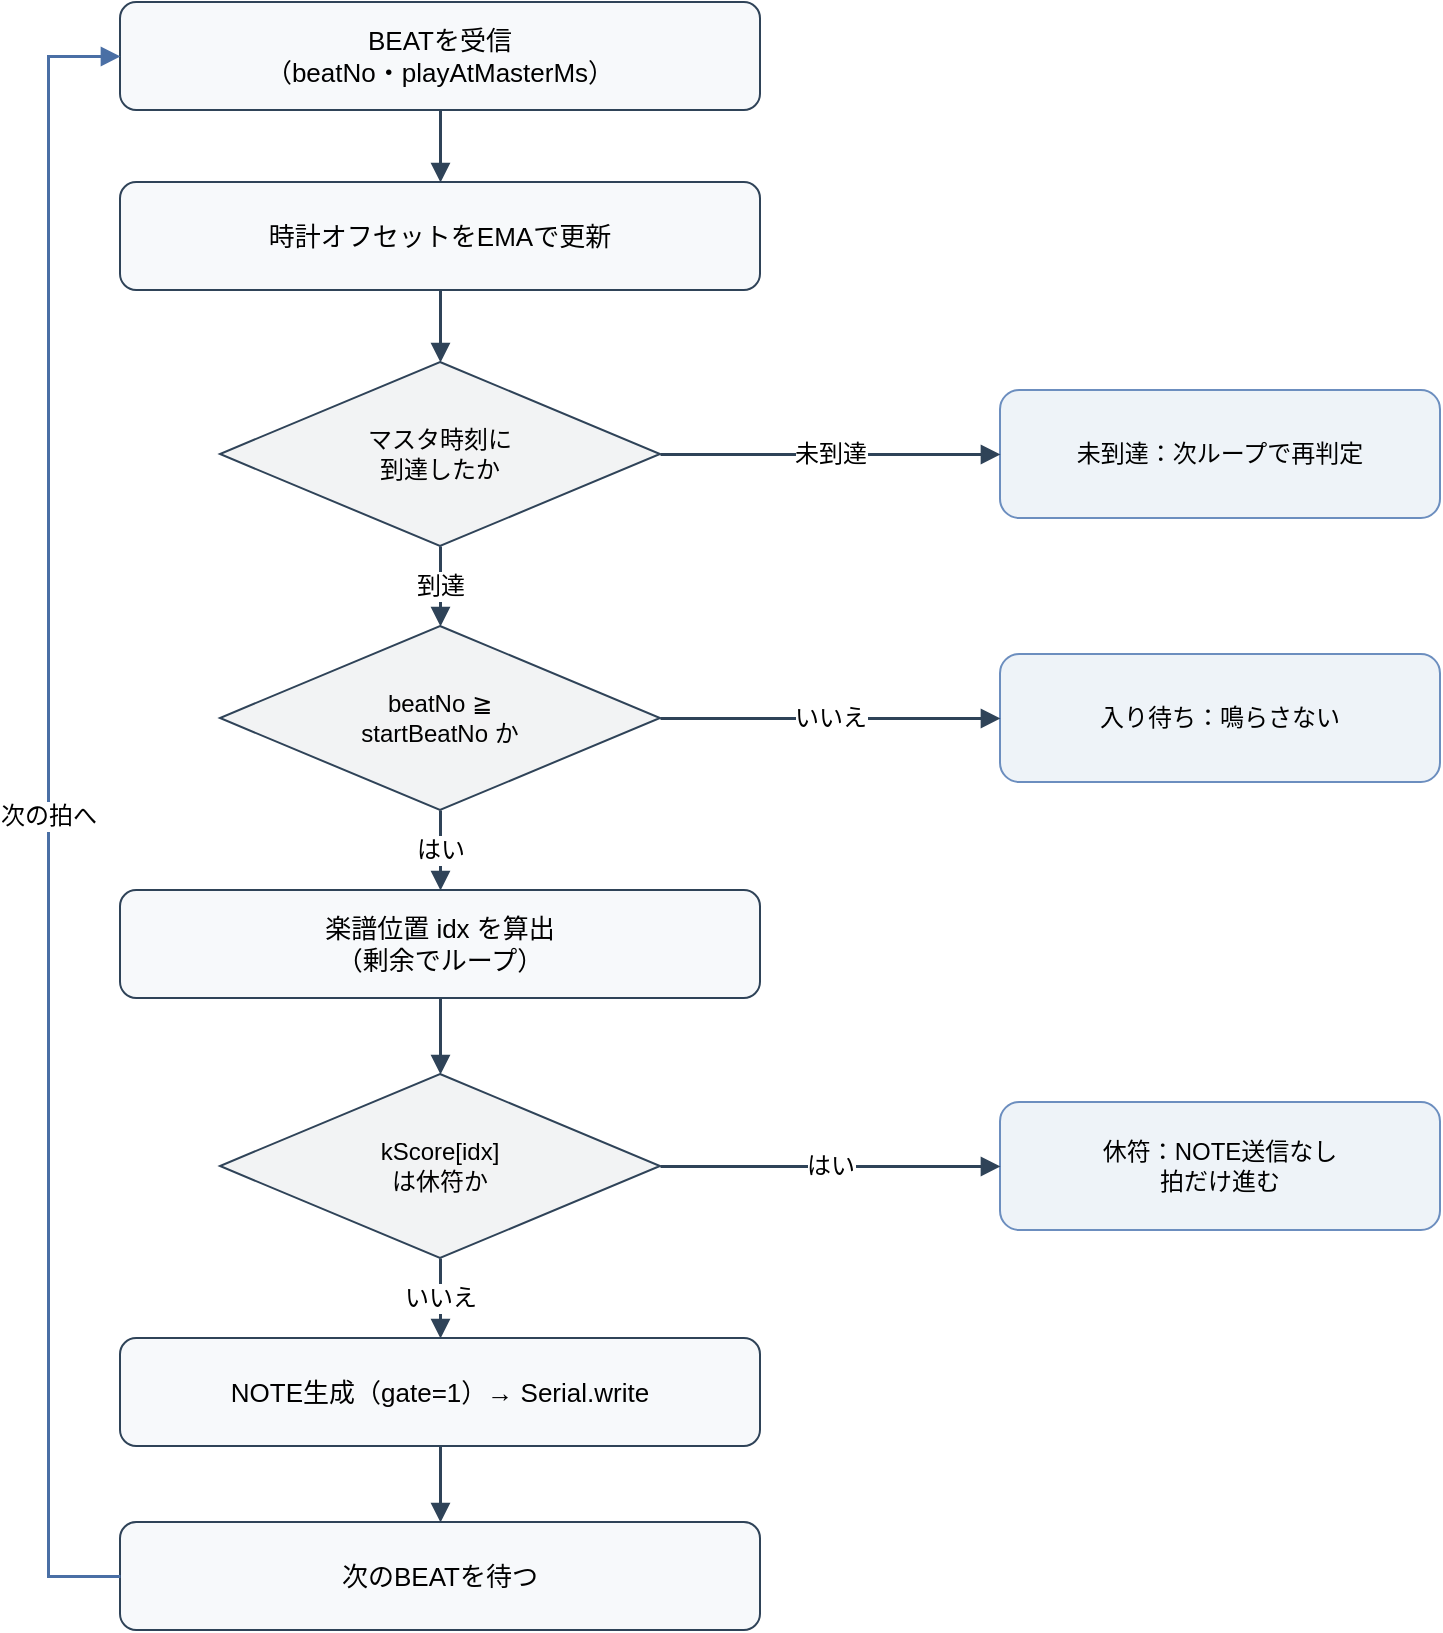
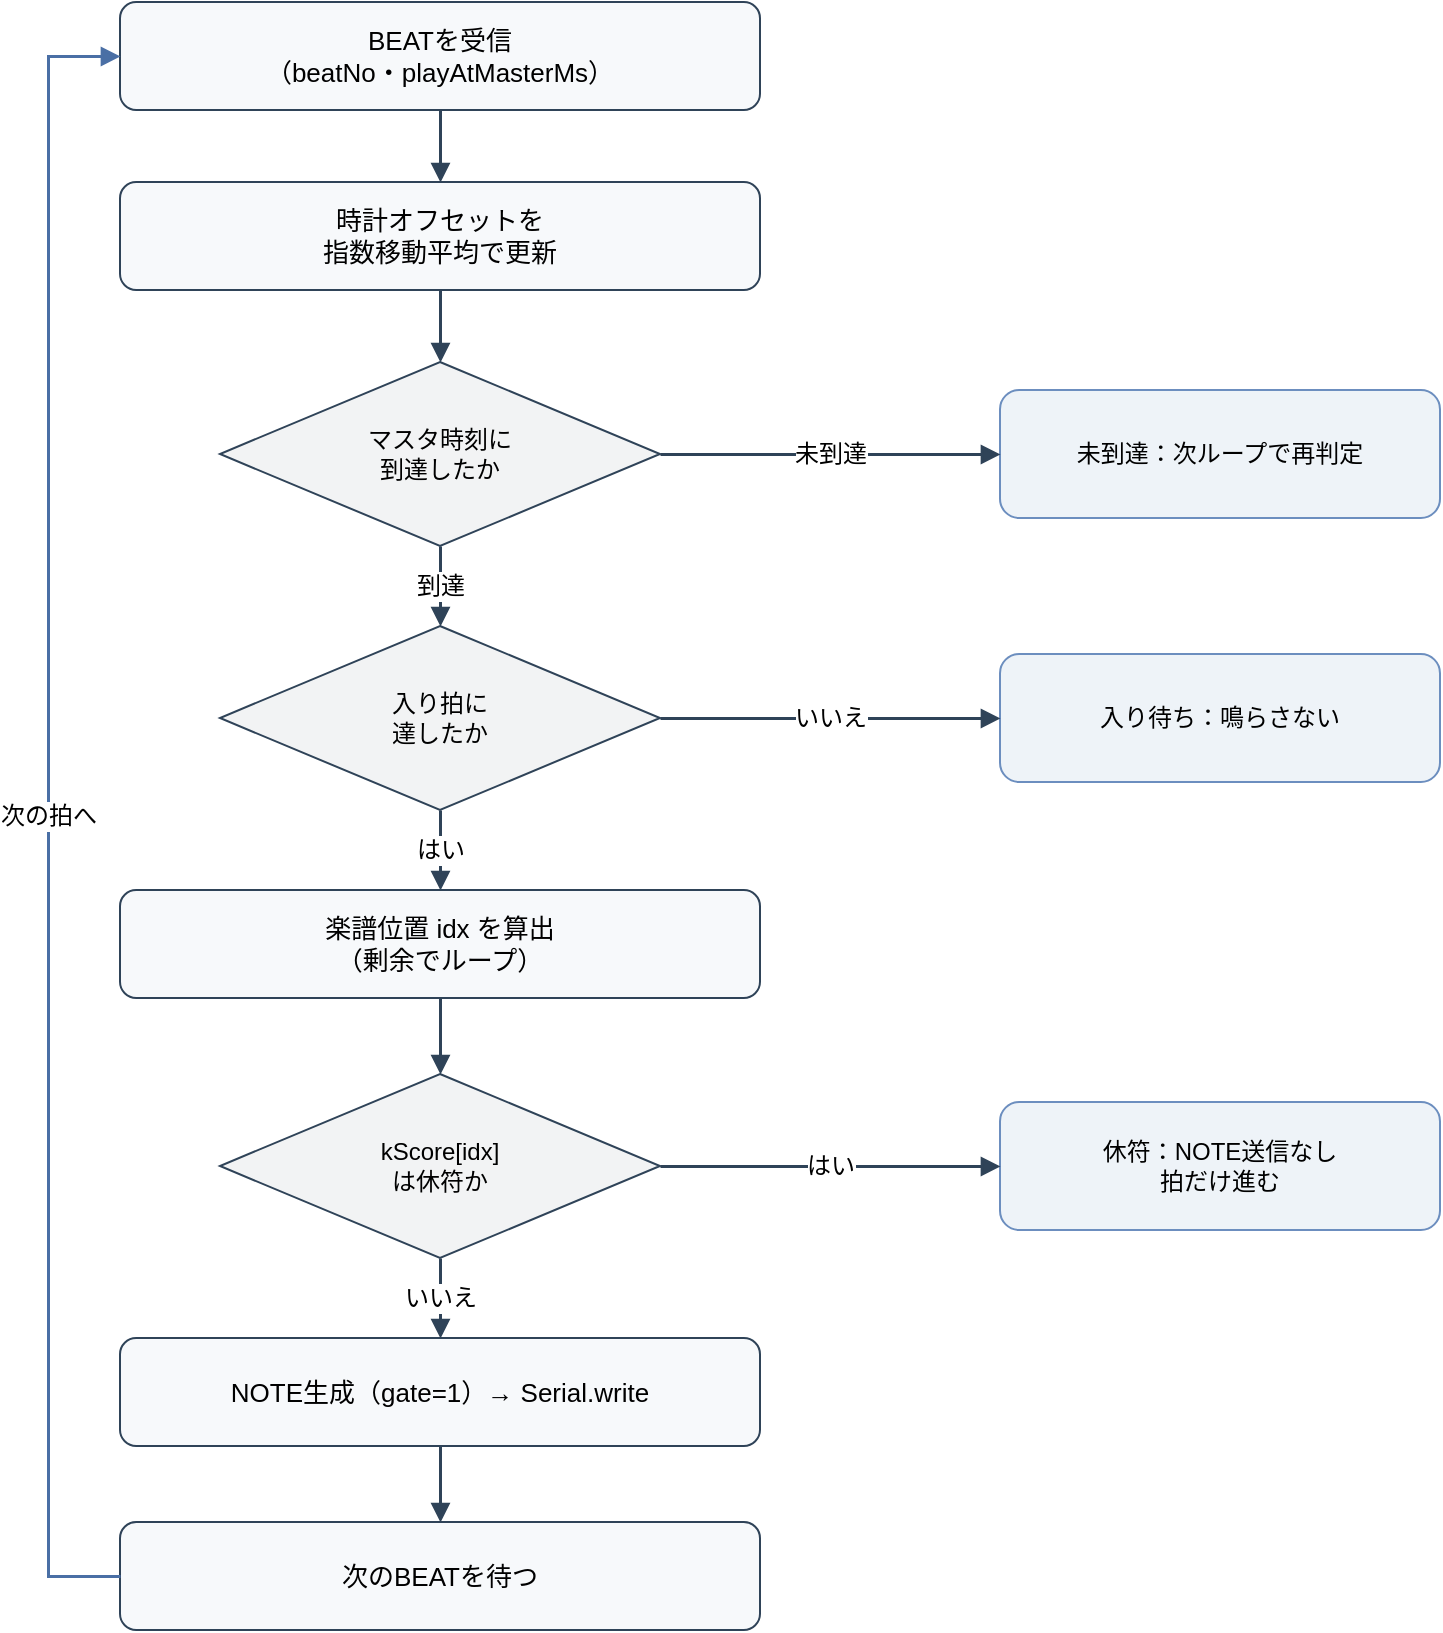
<mxfile host="Claude">
  <diagram id="flow" name="楽器処理フロー">
    <mxGraphModel dx="760" dy="880" grid="0" gridSize="10" guides="1" tooltips="1" connect="1" arrows="1" fold="1" page="1" pageScale="1" pageWidth="760" pageHeight="860" math="0" shadow="0">
      <root>
        <mxCell id="0"/>
        <mxCell id="1" parent="0"/>
        <mxCell id="recv" value="BEATを受信&lt;br&gt;（beatNo・playAtMasterMs）" style="rounded=1;whiteSpace=wrap;html=1;fillColor=#F7F9FB;strokeColor=#2F4358;fontSize=13;verticalAlign=middle;" vertex="1" parent="1"><mxGeometry x="70" y="20" width="320" height="54" as="geometry"/></mxCell>
-         <mxCell id="sync" value="時計オフセットをEMAで更新" style="rounded=1;whiteSpace=wrap;html=1;fillColor=#F7F9FB;strokeColor=#2F4358;fontSize=13;verticalAlign=middle;" vertex="1" parent="1"><mxGeometry x="70" y="110" width="320" height="54" as="geometry"/></mxCell>
+         <mxCell id="sync" value="時計オフセットを&lt;br&gt;指数移動平均で更新" style="rounded=1;whiteSpace=wrap;html=1;fillColor=#F7F9FB;strokeColor=#2F4358;fontSize=13;verticalAlign=middle;" vertex="1" parent="1"><mxGeometry x="70" y="110" width="320" height="54" as="geometry"/></mxCell>
        <mxCell id="wait" value="マスタ時刻に&lt;br&gt;到達したか" style="rhombus;whiteSpace=wrap;html=1;fillColor=#F2F3F4;strokeColor=#2F4358;fontSize=12;verticalAlign=middle;" vertex="1" parent="1"><mxGeometry x="120" y="200" width="220" height="92" as="geometry"/></mxCell>
-         <mxCell id="enter" value="beatNo ≧&lt;br&gt;startBeatNo か" style="rhombus;whiteSpace=wrap;html=1;fillColor=#F2F3F4;strokeColor=#2F4358;fontSize=12;verticalAlign=middle;" vertex="1" parent="1"><mxGeometry x="120" y="332" width="220" height="92" as="geometry"/></mxCell>
+         <mxCell id="enter" value="入り拍に&lt;br&gt;達したか" style="rhombus;whiteSpace=wrap;html=1;fillColor=#F2F3F4;strokeColor=#2F4358;fontSize=12;verticalAlign=middle;" vertex="1" parent="1"><mxGeometry x="120" y="332" width="220" height="92" as="geometry"/></mxCell>
        <mxCell id="idx" value="楽譜位置 idx を算出&lt;br&gt;（剰余でループ）" style="rounded=1;whiteSpace=wrap;html=1;fillColor=#F7F9FB;strokeColor=#2F4358;fontSize=13;verticalAlign=middle;" vertex="1" parent="1"><mxGeometry x="70" y="464" width="320" height="54" as="geometry"/></mxCell>
        <mxCell id="rest" value="kScore[idx]&lt;br&gt;は休符か" style="rhombus;whiteSpace=wrap;html=1;fillColor=#F2F3F4;strokeColor=#2F4358;fontSize=12;verticalAlign=middle;" vertex="1" parent="1"><mxGeometry x="120" y="556" width="220" height="92" as="geometry"/></mxCell>
        <mxCell id="note" value="NOTE生成（gate=1）→ Serial.write" style="rounded=1;whiteSpace=wrap;html=1;fillColor=#F7F9FB;strokeColor=#2F4358;fontSize=13;verticalAlign=middle;" vertex="1" parent="1"><mxGeometry x="70" y="688" width="320" height="54" as="geometry"/></mxCell>
        <mxCell id="next" value="次のBEATを待つ" style="rounded=1;whiteSpace=wrap;html=1;fillColor=#F7F9FB;strokeColor=#2F4358;fontSize=13;verticalAlign=middle;" vertex="1" parent="1"><mxGeometry x="70" y="780" width="320" height="54" as="geometry"/></mxCell>
        <mxCell id="w1" value="未到達：次ループで再判定" style="rounded=1;whiteSpace=wrap;html=1;fillColor=#EEF3F8;strokeColor=#6C8EBF;fontSize=12;verticalAlign=middle;" vertex="1" parent="1"><mxGeometry x="510" y="214" width="220" height="64" as="geometry"/></mxCell>
        <mxCell id="e1" value="入り待ち：鳴らさない" style="rounded=1;whiteSpace=wrap;html=1;fillColor=#EEF3F8;strokeColor=#6C8EBF;fontSize=12;verticalAlign=middle;" vertex="1" parent="1"><mxGeometry x="510" y="346" width="220" height="64" as="geometry"/></mxCell>
        <mxCell id="r1" value="休符：NOTE送信なし&lt;br&gt;拍だけ進む" style="rounded=1;whiteSpace=wrap;html=1;fillColor=#EEF3F8;strokeColor=#6C8EBF;fontSize=12;verticalAlign=middle;" vertex="1" parent="1"><mxGeometry x="510" y="570" width="220" height="64" as="geometry"/></mxCell>
        <mxCell id="f1" style="edgeStyle=orthogonalEdgeStyle;rounded=0;html=1;endArrow=block;strokeColor=#2F4358;strokeWidth=1.5;exitX=0.5;exitY=1;entryX=0.5;entryY=0;" edge="1" parent="1" source="recv" target="sync"><mxGeometry relative="1" as="geometry"/></mxCell>
        <mxCell id="f2" style="edgeStyle=orthogonalEdgeStyle;rounded=0;html=1;endArrow=block;strokeColor=#2F4358;strokeWidth=1.5;exitX=0.5;exitY=1;entryX=0.5;entryY=0;" edge="1" parent="1" source="sync" target="wait"><mxGeometry relative="1" as="geometry"/></mxCell>
        <mxCell id="f3" value="到達" style="edgeStyle=orthogonalEdgeStyle;rounded=0;html=1;endArrow=block;strokeColor=#2F4358;strokeWidth=1.5;fontSize=12;labelBackgroundColor=#FFFFFF;exitX=0.5;exitY=1;entryX=0.5;entryY=0;" edge="1" parent="1" source="wait" target="enter"><mxGeometry relative="1" as="geometry"/></mxCell>
        <mxCell id="f4" value="未到達" style="edgeStyle=orthogonalEdgeStyle;rounded=0;html=1;endArrow=block;strokeColor=#2F4358;strokeWidth=1.5;fontSize=12;labelBackgroundColor=#FFFFFF;exitX=1;exitY=0.5;entryX=0;entryY=0.5;" edge="1" parent="1" source="wait" target="w1"><mxGeometry relative="1" as="geometry"/></mxCell>
        <mxCell id="f5" value="はい" style="edgeStyle=orthogonalEdgeStyle;rounded=0;html=1;endArrow=block;strokeColor=#2F4358;strokeWidth=1.5;fontSize=12;labelBackgroundColor=#FFFFFF;exitX=0.5;exitY=1;entryX=0.5;entryY=0;" edge="1" parent="1" source="enter" target="idx"><mxGeometry relative="1" as="geometry"/></mxCell>
        <mxCell id="f6" value="いいえ" style="edgeStyle=orthogonalEdgeStyle;rounded=0;html=1;endArrow=block;strokeColor=#2F4358;strokeWidth=1.5;fontSize=12;labelBackgroundColor=#FFFFFF;exitX=1;exitY=0.5;entryX=0;entryY=0.5;" edge="1" parent="1" source="enter" target="e1"><mxGeometry relative="1" as="geometry"/></mxCell>
        <mxCell id="f7" style="edgeStyle=orthogonalEdgeStyle;rounded=0;html=1;endArrow=block;strokeColor=#2F4358;strokeWidth=1.5;exitX=0.5;exitY=1;entryX=0.5;entryY=0;" edge="1" parent="1" source="idx" target="rest"><mxGeometry relative="1" as="geometry"/></mxCell>
        <mxCell id="f8" value="いいえ" style="edgeStyle=orthogonalEdgeStyle;rounded=0;html=1;endArrow=block;strokeColor=#2F4358;strokeWidth=1.5;fontSize=12;labelBackgroundColor=#FFFFFF;exitX=0.5;exitY=1;entryX=0.5;entryY=0;" edge="1" parent="1" source="rest" target="note"><mxGeometry relative="1" as="geometry"/></mxCell>
        <mxCell id="f9" value="はい" style="edgeStyle=orthogonalEdgeStyle;rounded=0;html=1;endArrow=block;strokeColor=#2F4358;strokeWidth=1.5;fontSize=12;labelBackgroundColor=#FFFFFF;exitX=1;exitY=0.5;entryX=0;entryY=0.5;" edge="1" parent="1" source="rest" target="r1"><mxGeometry relative="1" as="geometry"/></mxCell>
        <mxCell id="f10" style="edgeStyle=orthogonalEdgeStyle;rounded=0;html=1;endArrow=block;strokeColor=#2F4358;strokeWidth=1.5;exitX=0.5;exitY=1;entryX=0.5;entryY=0;" edge="1" parent="1" source="note" target="next"><mxGeometry relative="1" as="geometry"/></mxCell>
        <mxCell id="f11" value="次の拍へ" style="edgeStyle=orthogonalEdgeStyle;rounded=0;html=1;endArrow=block;strokeColor=#4A6FA5;strokeWidth=1.5;fontSize=12;labelBackgroundColor=#FFFFFF;exitX=0;exitY=0.5;entryX=0;entryY=0.5;" edge="1" parent="1" source="next" target="recv"><mxGeometry relative="1" as="geometry"><Array as="points"><mxPoint x="34" y="807"/><mxPoint x="34" y="47"/></Array></mxGeometry></mxCell>
      </root>
    </mxGraphModel>
  </diagram>
</mxfile>
